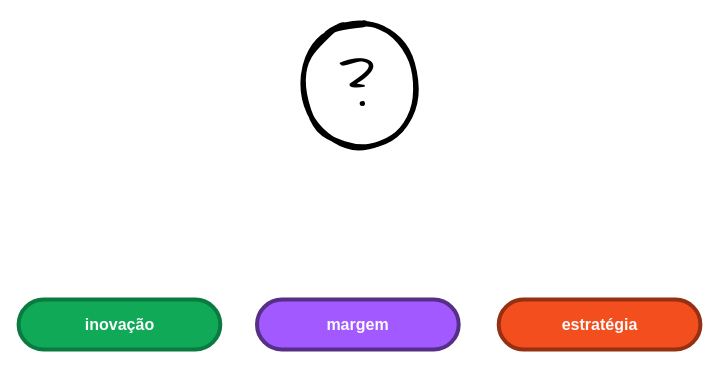
This is page "index" (1 of 15) of src/init.drawio from pegandoasmanhas/.init, a draw.io file, before an edit. Source tidied: cells renumbered, new cells numbered last; positions are measured from the earlier drawing's top-left corner, leaving out a move shared by most shapes. Both pictures are drawn from the tidied source at 100%, with x=0, y=0 at pixel (18, 25).
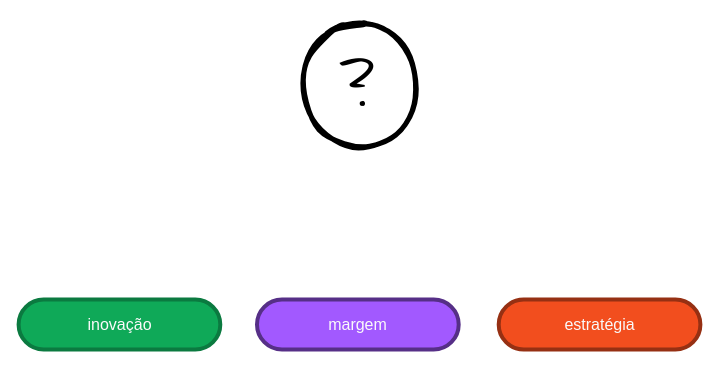
Above is the later version.

What changed in the source:
```diff
@@
 <mxGraphModel>
   <root>
     <mxCell id="0" />
     <mxCell id="1" parent="0" />
     <mxCell id="2" value="&lt;font style=&quot;font-size: 70px&quot;&gt;?&lt;/font&gt;" style="ellipse;whiteSpace=wrap;html=1;sketch=1;fontFamily=Comic Sans MS;fontSize=60;strokeWidth=5;fillStyle=solid;spacing=20;spacingLeft=10;spacingBottom=10;spacingRight=10;spacingTop=10;perimeterSpacing=60;rotation=354;shadow=0;" parent="1" vertex="1">
       <mxGeometry x="281" width="120" height="120" as="geometry" />
     </mxCell>
-    <mxCell id="3" value="margem" style="html=1;whitespace=wrap;shape=mxgraph.dfd.start;strokeWidth=4;sketch=0;shadow=0;fontSize=16;fontStyle=1;fillColor=#A259FF;fontColor=#FAFAFA;strokeColor=#562F87;" parent="1" vertex="1">
+    <mxCell id="3" value="margem" style="html=1;whitespace=wrap;shape=mxgraph.dfd.start;strokeWidth=4;sketch=0;shadow=0;fontSize=16;fontStyle=0;fillColor=#A259FF;fontColor=#FAFAFA;strokeColor=#562F87;" parent="1" vertex="1">
       <mxGeometry x="238.5" y="274" width="201.7" height="50" as="geometry" />
     </mxCell>
-    <mxCell id="4" value="inovação" style="html=1;whitespace=wrap;shape=mxgraph.dfd.start;strokeWidth=4;sketch=0;shadow=0;fontSize=16;fontStyle=1;fontColor=#FAFAFA;fillColor=#0FA958;strokeColor=#0B7A40;" parent="1" vertex="1">
+    <mxCell id="4" value="inovação" style="html=1;whitespace=wrap;shape=mxgraph.dfd.start;strokeWidth=4;sketch=0;shadow=0;fontSize=16;fontStyle=0;fontColor=#FAFAFA;fillColor=#0FA958;strokeColor=#0B7A40;" parent="1" vertex="1">
       <mxGeometry x="0.1" y="274" width="201.7" height="50" as="geometry" />
     </mxCell>
-    <mxCell id="5" value="estratégia" style="html=1;whitespace=wrap;shape=mxgraph.dfd.start;strokeWidth=4;sketch=0;shadow=0;fontSize=16;fontStyle=1;fontColor=#FAFAFA;fillColor=#F24E1E;strokeColor=#963013;" parent="1" vertex="1">
+    <mxCell id="5" value="estratégia" style="html=1;whitespace=wrap;shape=mxgraph.dfd.start;strokeWidth=4;sketch=0;shadow=0;fontSize=16;fontStyle=0;fontColor=#FAFAFA;fillColor=#F24E1E;strokeColor=#963013;" parent="1" vertex="1">
       <mxGeometry x="480.2" y="274" width="201.7" height="50" as="geometry" />
     </mxCell>
   </root>
 </mxGraphModel>
```
